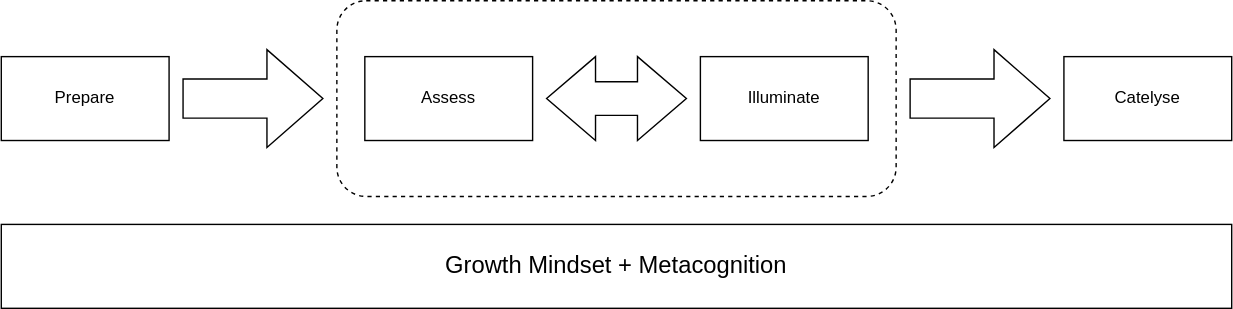
The draw.io diagram images/framework.drawio.svg in sheenarbw/pres-power-to-the-educators-pyladies-2024, before a commit. Source tidied: cells renumbered, new cells last; positions are measured from the earlier drawing's top-left corner, leaving out a move shared by most shapes.
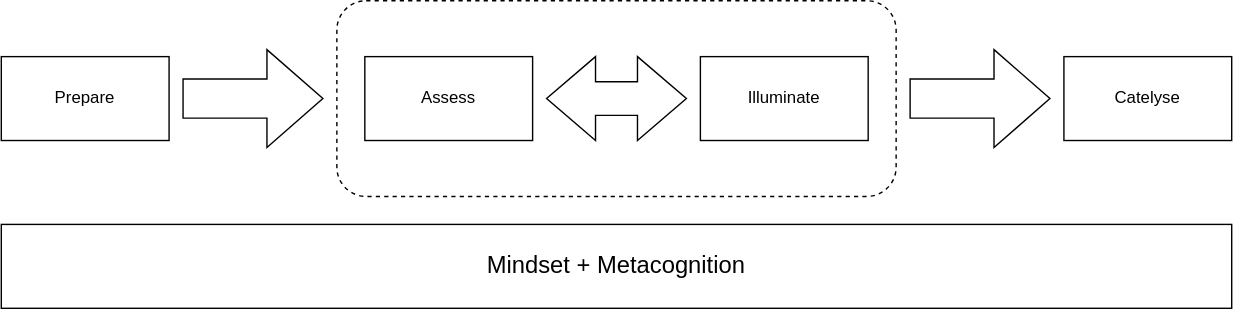
Above is the later version.

Change to the diagram source:
```diff
@@ -26,7 +26,7 @@
     <mxCell id="9" style="rounded=1;whiteSpace=wrap;html=1;fillColor=none;dashed=1;" parent="1" vertex="1">
       <mxGeometry x="240" width="400" height="140" as="geometry" />
     </mxCell>
-    <mxCell id="10" value="&lt;font style=&quot;font-size: 17px;&quot;&gt;Growth Mindset + Metacognition&lt;/font&gt;" style="rounded=0;whiteSpace=wrap;html=1;fillColor=none;" parent="1" vertex="1">
+    <mxCell id="10" value="&lt;font style=&quot;font-size: 17px;&quot;&gt;Mindset + Metacognition&lt;/font&gt;" style="rounded=0;whiteSpace=wrap;html=1;fillColor=none;" parent="1" vertex="1">
       <mxGeometry y="160" width="880" height="60" as="geometry" />
     </mxCell>
   </root>
```
